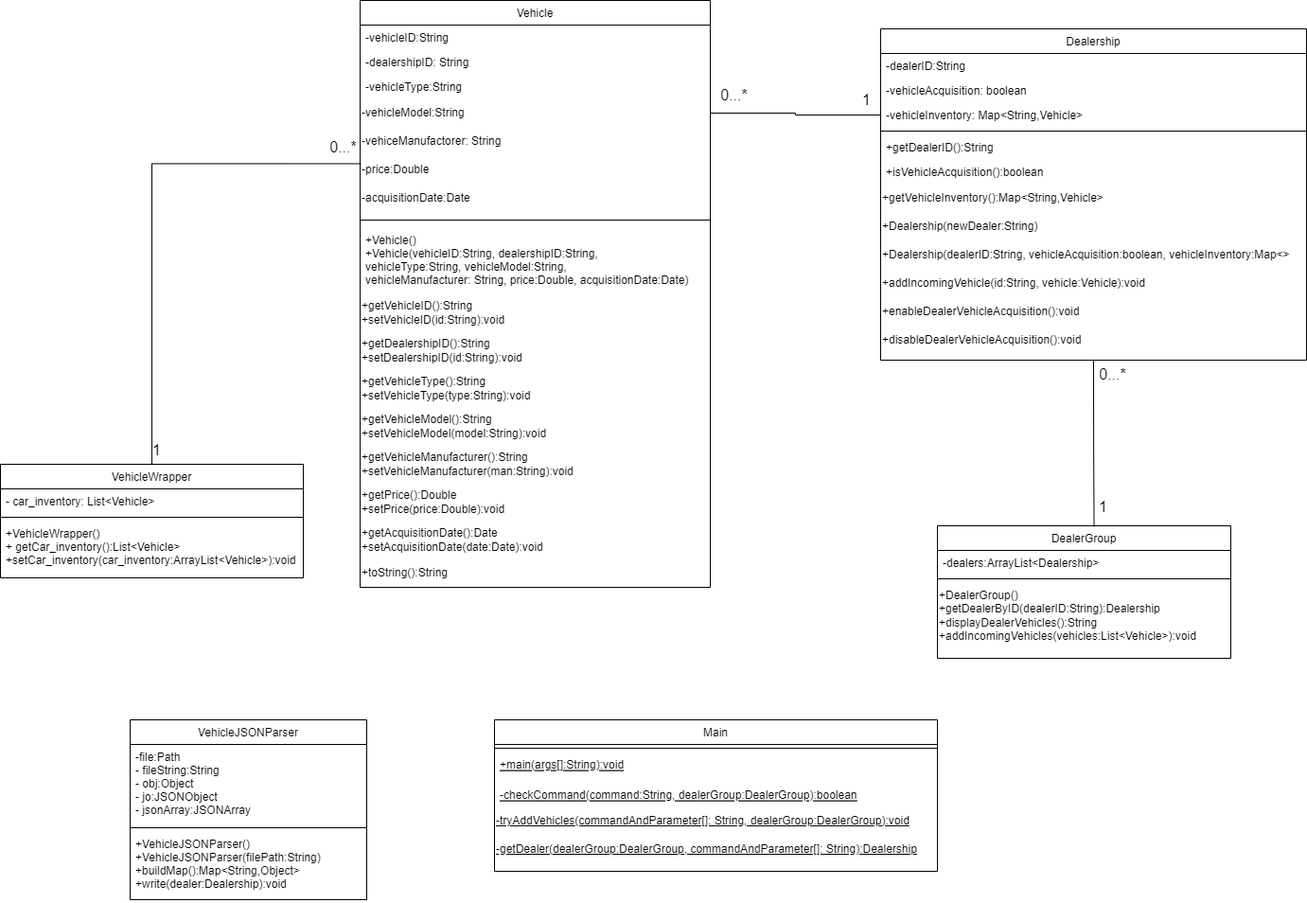
This is ClassandSequenceDiagram/Project1.drawio.png from tomatogrove/ICS372-Assignment1, a draw.io export, as it was before one commit. Source tidied: cells renumbered, new cells last; positions are measured from the earlier drawing's top-left corner, leaving out a move shared by most shapes.
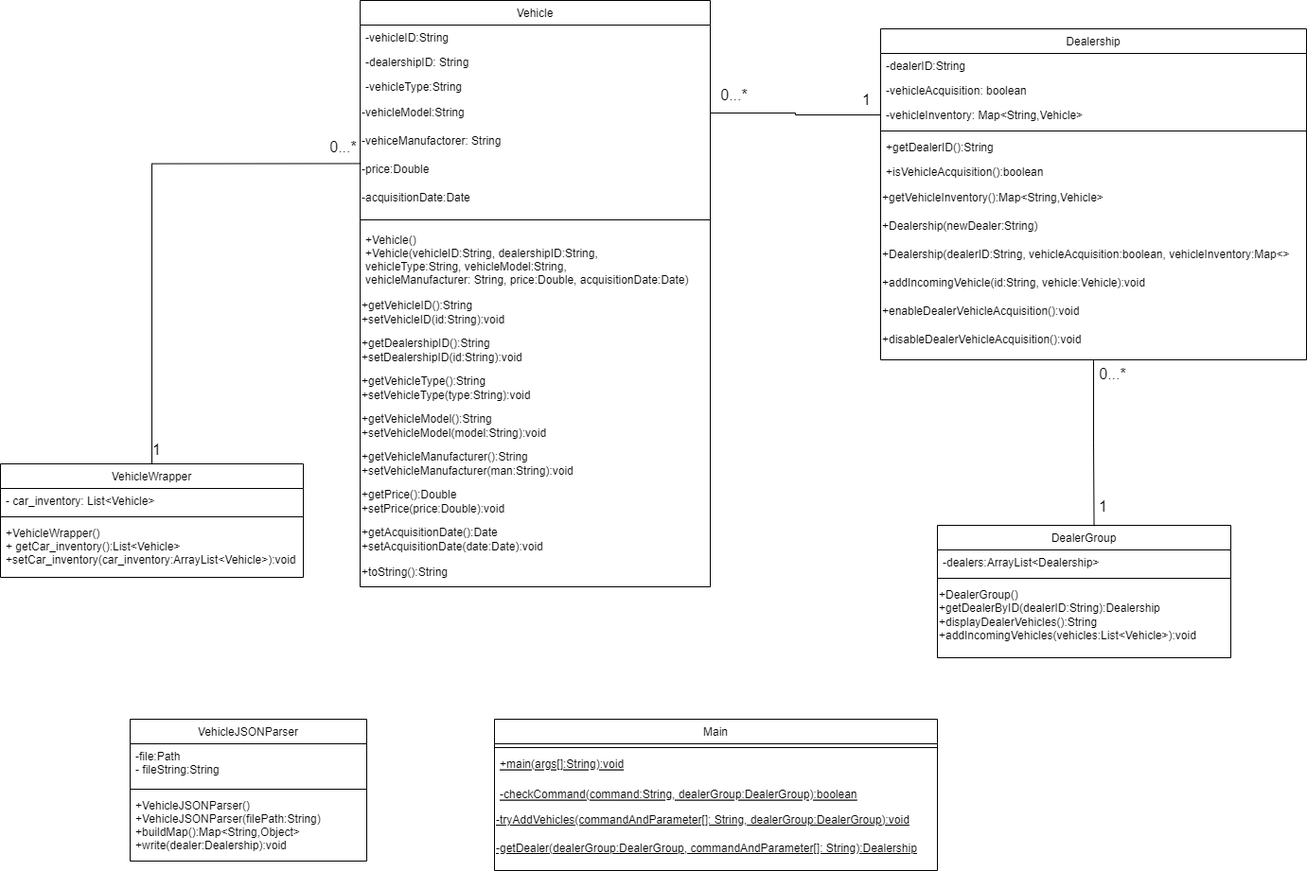
After the commit.

Diff of the diagram source:
```diff
@@ -129,16 +129,16 @@
       <mxGeometry y="314" width="450" height="30" as="geometry" />
     </mxCell>
     <mxCell id="44" value="VehicleJSONParser" style="swimlane;fontStyle=0;align=center;verticalAlign=top;horizontal=1;startSize=26;" parent="1" vertex="1">
-      <mxGeometry x="137" y="760" width="250" height="190" as="geometry" />
+      <mxGeometry x="137" y="760" width="250" height="150" as="geometry" />
     </mxCell>
-    <mxCell id="45" value="-file:Path &#10;&#9;- fileString:String&#10;&#9;- obj:Object&#10;&#9;- jo:JSONObject &#10;&#9;- jsonArray:JSONArray" style="text;strokeColor=none;fillColor=none;align=left;verticalAlign=top;spacingLeft=4;spacingRight=4;overflow=hidden;" parent="44" vertex="1">
-      <mxGeometry y="26" width="250" height="84" as="geometry" />
+    <mxCell id="45" value="-file:Path &#10; - fileString:String" style="text;strokeColor=none;fillColor=none;align=left;verticalAlign=top;spacingLeft=4;spacingRight=4;overflow=hidden;" parent="44" vertex="1">
+      <mxGeometry y="26" width="250" height="44" as="geometry" />
     </mxCell>
     <mxCell id="46" style="line;strokeWidth=1;fillColor=none;align=left;verticalAlign=middle;spacingTop=-1;spacingLeft=3;spacingRight=3;labelPosition=right;strokeColor=inherit;" parent="44" vertex="1">
-      <mxGeometry y="110" width="250" height="8" as="geometry" />
+      <mxGeometry y="70" width="250" height="8" as="geometry" />
     </mxCell>
     <mxCell id="47" value="+VehicleJSONParser()&#10;+VehicleJSONParser(filePath:String)&#10;+buildMap():Map&lt;String,Object&gt;&#10;+write(dealer:Dealership):void" style="text;strokeColor=none;fillColor=none;align=left;verticalAlign=top;spacingLeft=4;spacingRight=4;overflow=hidden;" parent="44" vertex="1">
-      <mxGeometry y="118" width="250" height="72" as="geometry" />
+      <mxGeometry y="78" width="250" height="72" as="geometry" />
     </mxCell>
     <mxCell id="48" style="edgeStyle=orthogonalEdgeStyle;rounded=0;jettySize=auto;html=1;exitX=0.5;exitY=0;exitDx=0;exitDy=0;entryX=0.002;entryY=0.282;entryDx=0;entryDy=0;entryPerimeter=0;fontSize=16;endArrow=none;endFill=0;" parent="1" edge="1" source="49" target="8">
       <mxGeometry relative="1" as="geometry" />
```
